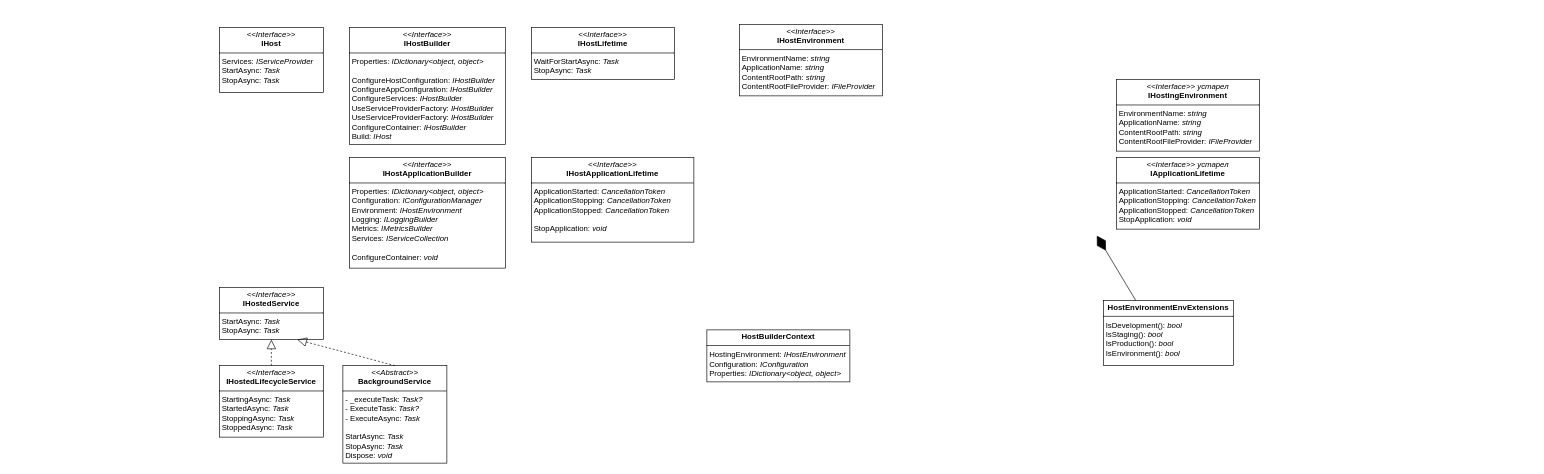
This is page "Hosting" (3 of 3) of .Net/Диаграмма без названия.drawio from KondyubaBA/Foundation, a draw.io file, before an edit. Source tidied: cells renumbered, new cells numbered last; positions are measured from the earlier drawing's top-left corner, leaving out a move shared by most shapes. Both pictures are drawn from the tidied source at 65%, with x=0, y=0 at pixel (219, 24).
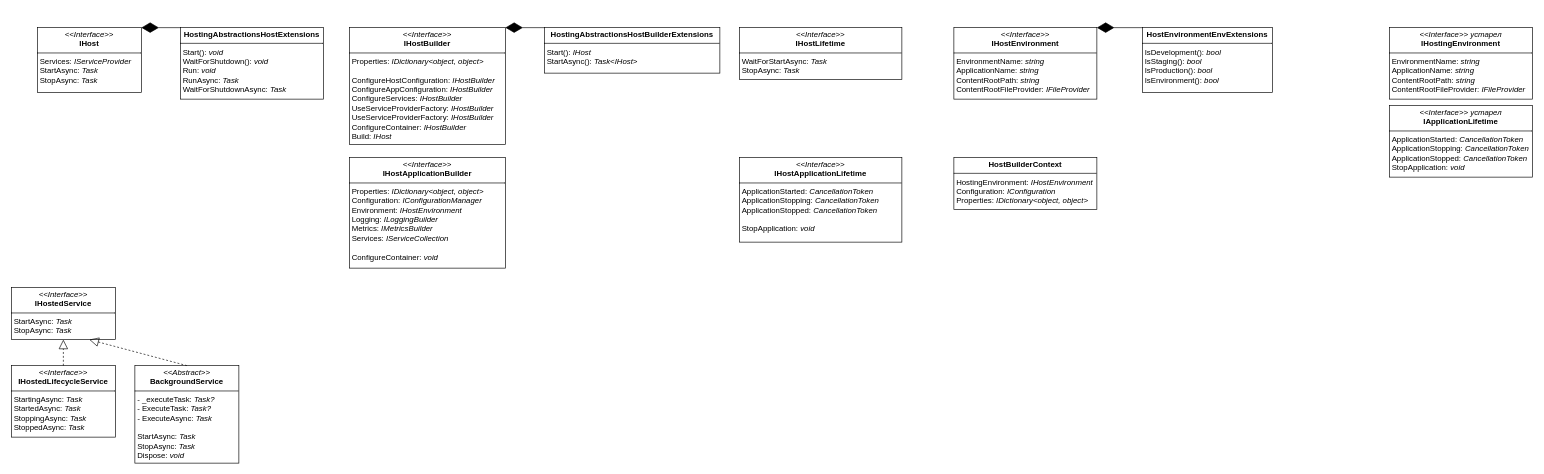
The same diagram, later.

The change refers to these unchanged cells:
```xml
<mxCell id="5" value="&lt;p style=&quot;margin:0px;margin-top:4px;text-align:center;&quot;&gt;&lt;i&gt;&amp;lt;&amp;lt;Interface&amp;gt;&amp;gt;&lt;/i&gt;&lt;br&gt;&lt;span style=&quot;background-color: initial; text-align: left;&quot;&gt;&lt;b&gt;IHostBuilder&lt;/b&gt;&lt;/span&gt;&lt;/p&gt;&lt;hr size=&quot;1&quot; style=&quot;border-style:solid;&quot;&gt;&lt;p style=&quot;margin:0px;margin-left:4px;&quot;&gt;Properties: &lt;i&gt;IDictionary&amp;lt;object, object&amp;gt;&lt;/i&gt;&lt;/p&gt;&lt;p style=&quot;margin:0px;margin-left:4px;&quot;&gt;&lt;i&gt;&lt;br&gt;&lt;/i&gt;ConfigureHostConfiguration:&amp;nbsp;&lt;span style=&quot;background-color: initial;&quot;&gt;&lt;i&gt;IHostBuilder&lt;/i&gt;&lt;/span&gt;&lt;/p&gt;&lt;p style=&quot;margin:0px;margin-left:4px;&quot;&gt;ConfigureAppConfiguration:&amp;nbsp;&lt;span style=&quot;background-color: initial;&quot;&gt;&lt;i&gt;IHostBuilder&lt;/i&gt;&lt;/span&gt;&lt;br&gt;&lt;/p&gt;&lt;p style=&quot;margin:0px;margin-left:4px;&quot;&gt;ConfigureServices:&amp;nbsp;&lt;span style=&quot;background-color: initial;&quot;&gt;&lt;i&gt;IHostBuilder&lt;/i&gt;&lt;/span&gt;&lt;span style=&quot;background-color: initial;&quot;&gt;&lt;i&gt;&lt;br&gt;&lt;/i&gt;&lt;/span&gt;&lt;/p&gt;&lt;p style=&quot;margin:0px;margin-left:4px;&quot;&gt;UseServiceProviderFactory:&amp;nbsp;&lt;span style=&quot;background-color: initial;&quot;&gt;&lt;i&gt;IHostBuilder&lt;/i&gt;&lt;/span&gt;&lt;span style=&quot;background-color: initial;&quot;&gt;&lt;i&gt;&lt;br&gt;&lt;/i&gt;&lt;/span&gt;&lt;/p&gt;&lt;p style=&quot;margin:0px;margin-left:4px;&quot;&gt;UseServiceProviderFactory:&amp;nbsp;&lt;span style=&quot;background-color: initial;&quot;&gt;&lt;i&gt;IHostBuilder&lt;/i&gt;&lt;/span&gt;&lt;span style=&quot;background-color: initial;&quot;&gt;&lt;i&gt;&lt;br&gt;&lt;/i&gt;&lt;/span&gt;&lt;/p&gt;&lt;p style=&quot;margin:0px;margin-left:4px;&quot;&gt;ConfigureContainer:&amp;nbsp;&lt;span style=&quot;background-color: initial;&quot;&gt;&lt;i&gt;IHostBuilder&lt;/i&gt;&lt;/span&gt;&lt;span style=&quot;background-color: initial;&quot;&gt;&lt;i&gt;&lt;br&gt;&lt;/i&gt;&lt;/span&gt;&lt;/p&gt;&lt;p style=&quot;margin:0px;margin-left:4px;&quot;&gt;&lt;span style=&quot;background-color: initial;&quot;&gt;Build:&amp;nbsp;&lt;/span&gt;&lt;span style=&quot;background-color: initial;&quot;&gt;&lt;i&gt;IHost&lt;/i&gt;&lt;/span&gt;&lt;span style=&quot;background-color: initial;&quot;&gt;&lt;i&gt;&lt;br&gt;&lt;/i&gt;&lt;/span&gt;&lt;/p&gt;" style="verticalAlign=top;align=left;overflow=fill;html=1;whiteSpace=wrap;" parent="1" vertex="1">
  <mxGeometry x="200" y="5" width="240" height="180" as="geometry" />
</mxCell>
```

Diff of the diagram source:
```diff
@@
     <mxCell id="2" value="&lt;p style=&quot;margin:0px;margin-top:4px;text-align:center;&quot;&gt;&lt;i&gt;&amp;lt;&amp;lt;Interface&amp;gt;&amp;gt;&lt;/i&gt;&lt;br&gt;&lt;b&gt;IHost&lt;/b&gt;&lt;/p&gt;&lt;hr size=&quot;1&quot; style=&quot;border-style:solid;&quot;&gt;&lt;p style=&quot;margin:0px;margin-left:4px;&quot;&gt;Services: &lt;i&gt;IServiceProvider&lt;/i&gt;&lt;br&gt;StartAsync: &lt;i&gt;Task&lt;/i&gt;&lt;/p&gt;&lt;p style=&quot;margin:0px;margin-left:4px;&quot;&gt;StopAsync:&amp;nbsp;&lt;i style=&quot;background-color: initial;&quot;&gt;Task&lt;/i&gt;&lt;br&gt;&lt;/p&gt;" style="verticalAlign=top;align=left;overflow=fill;html=1;whiteSpace=wrap;" parent="1" vertex="1">
-      <mxGeometry y="5" width="160" height="100" as="geometry" />
+      <mxGeometry x="-280" y="5" width="160" height="100" as="geometry" />
     </mxCell>
@@
     <mxCell id="4" value="&lt;p style=&quot;margin:0px;margin-top:4px;text-align:center;&quot;&gt;&lt;i&gt;&amp;lt;&amp;lt;Interface&amp;gt;&amp;gt;&lt;/i&gt;&lt;br&gt;&lt;span style=&quot;background-color: initial; text-align: left;&quot;&gt;&lt;b&gt;IHostApplicationLifetime&lt;/b&gt;&lt;/span&gt;&lt;/p&gt;&lt;hr size=&quot;1&quot; style=&quot;border-style:solid;&quot;&gt;&lt;p style=&quot;margin:0px;margin-left:4px;&quot;&gt;ApplicationStarted: &lt;i&gt;CancellationToken&lt;/i&gt;&lt;br&gt;ApplicationStopping:&amp;nbsp;&lt;i&gt;CancellationToken&lt;/i&gt;&lt;br&gt;&lt;/p&gt;&lt;p style=&quot;margin:0px;margin-left:4px;&quot;&gt;ApplicationStopped:&amp;nbsp;&lt;i&gt;CancellationToken&lt;/i&gt;&lt;br&gt;&lt;/p&gt;&lt;p style=&quot;margin:0px;margin-left:4px;&quot;&gt;&lt;i&gt;&lt;br&gt;&lt;/i&gt;&lt;/p&gt;&lt;p style=&quot;margin:0px;margin-left:4px;&quot;&gt;StopApplication: &lt;i&gt;void&lt;/i&gt;&lt;br&gt;&lt;/p&gt;" style="verticalAlign=top;align=left;overflow=fill;html=1;whiteSpace=wrap;" parent="1" vertex="1">
-      <mxGeometry x="480" y="205" width="250" height="130" as="geometry" />
+      <mxGeometry x="800" y="205" width="250" height="130" as="geometry" />
     </mxCell>
@@
     <mxCell id="6" value="&lt;p style=&quot;margin:0px;margin-top:4px;text-align:center;&quot;&gt;&lt;i&gt;&amp;lt;&amp;lt;Interface&amp;gt;&amp;gt;&lt;/i&gt;&lt;br&gt;&lt;span style=&quot;background-color: initial; text-align: left;&quot;&gt;&lt;b&gt;IHostLifetime&lt;/b&gt;&lt;/span&gt;&lt;/p&gt;&lt;hr size=&quot;1&quot; style=&quot;border-style:solid;&quot;&gt;&lt;p style=&quot;margin:0px;margin-left:4px;&quot;&gt;WaitForStartAsync: &lt;i&gt;Task&lt;/i&gt;&lt;br&gt;&lt;/p&gt;&lt;p style=&quot;margin:0px;margin-left:4px;&quot;&gt;StopAsync:&amp;nbsp;&lt;i style=&quot;background-color: initial;&quot;&gt;Task&lt;/i&gt;&lt;br&gt;&lt;/p&gt;" style="verticalAlign=top;align=left;overflow=fill;html=1;whiteSpace=wrap;" parent="1" vertex="1">
-      <mxGeometry x="480" y="5" width="220" height="80" as="geometry" />
+      <mxGeometry x="800" y="5" width="250" height="80" as="geometry" />
     </mxCell>
     <mxCell id="7" value="&lt;p style=&quot;margin:0px;margin-top:4px;text-align:center;&quot;&gt;&lt;i&gt;&amp;lt;&amp;lt;Interface&amp;gt;&amp;gt;&lt;/i&gt;&lt;br&gt;&lt;span style=&quot;background-color: initial; text-align: left;&quot;&gt;&lt;b&gt;IHostedService&lt;/b&gt;&lt;/span&gt;&lt;/p&gt;&lt;hr size=&quot;1&quot; style=&quot;border-style:solid;&quot;&gt;&lt;p style=&quot;margin:0px;margin-left:4px;&quot;&gt;StartAsync: &lt;i&gt;Task&lt;/i&gt;&lt;/p&gt;&lt;p style=&quot;margin:0px;margin-left:4px;&quot;&gt;StopAsync:&amp;nbsp;&lt;i style=&quot;background-color: initial;&quot;&gt;Task&lt;/i&gt;&lt;br&gt;&lt;/p&gt;" style="verticalAlign=top;align=left;overflow=fill;html=1;whiteSpace=wrap;" parent="1" vertex="1">
-      <mxGeometry y="405" width="160" height="80" as="geometry" />
+      <mxGeometry x="-320" y="405" width="160" height="80" as="geometry" />
     </mxCell>
     <mxCell id="8" value="&lt;p style=&quot;margin:0px;margin-top:4px;text-align:center;&quot;&gt;&lt;i&gt;&amp;lt;&amp;lt;Interface&amp;gt;&amp;gt;&lt;/i&gt;&lt;br&gt;&lt;span style=&quot;background-color: initial; text-align: left;&quot;&gt;&lt;b&gt;IHostedLifecycleService&lt;/b&gt;&lt;/span&gt;&lt;/p&gt;&lt;hr size=&quot;1&quot; style=&quot;border-style:solid;&quot;&gt;&lt;p style=&quot;margin:0px;margin-left:4px;&quot;&gt;StartingAsync: &lt;i&gt;Task&lt;/i&gt;&lt;/p&gt;&lt;p style=&quot;margin:0px;margin-left:4px;&quot;&gt;StartedAsync:&amp;nbsp;&lt;i style=&quot;background-color: initial;&quot;&gt;Task&lt;/i&gt;&lt;br&gt;&lt;/p&gt;&lt;p style=&quot;margin: 0px 0px 0px 4px;&quot;&gt;StoppingAsync:&amp;nbsp;&lt;i&gt;Task&lt;/i&gt;&lt;/p&gt;&lt;p style=&quot;margin: 0px 0px 0px 4px;&quot;&gt;StoppedAsync:&amp;nbsp;&lt;i style=&quot;background-color: initial;&quot;&gt;Task&lt;/i&gt;&lt;/p&gt;" style="verticalAlign=top;align=left;overflow=fill;html=1;whiteSpace=wrap;" parent="1" vertex="1">
-      <mxGeometry y="525" width="160" height="110" as="geometry" />
+      <mxGeometry x="-320" y="525" width="160" height="110" as="geometry" />
     </mxCell>
@@
     <mxCell id="10" value="&lt;p style=&quot;margin:0px;margin-top:4px;text-align:center;&quot;&gt;&lt;i&gt;&amp;lt;&amp;lt;Interface&amp;gt;&amp;gt; устарел&lt;/i&gt;&lt;br&gt;&lt;span style=&quot;background-color: initial; text-align: left;&quot;&gt;&lt;b&gt;IHostingEnvironment&lt;/b&gt;&lt;/span&gt;&lt;/p&gt;&lt;hr size=&quot;1&quot; style=&quot;border-style:solid;&quot;&gt;&lt;p style=&quot;margin:0px;margin-left:4px;&quot;&gt;EnvironmentName:&amp;nbsp;&lt;span style=&quot;background-color: initial;&quot;&gt;&lt;i&gt;string&lt;/i&gt;&lt;/span&gt;&lt;/p&gt;&lt;p style=&quot;margin:0px;margin-left:4px;&quot;&gt;ApplicationName:&amp;nbsp;&lt;span style=&quot;background-color: initial;&quot;&gt;&lt;i&gt;string&lt;/i&gt;&lt;/span&gt;&lt;br&gt;&lt;/p&gt;&lt;p style=&quot;margin:0px;margin-left:4px;&quot;&gt;&lt;span style=&quot;background-color: initial;&quot;&gt;ContentRootPath:&amp;nbsp;&lt;/span&gt;&lt;span style=&quot;background-color: initial;&quot;&gt;&lt;i&gt;string&lt;/i&gt;&lt;/span&gt;&lt;span style=&quot;background-color: initial;&quot;&gt;&lt;br&gt;&lt;/span&gt;&lt;/p&gt;&lt;p style=&quot;margin:0px;margin-left:4px;&quot;&gt;&lt;span style=&quot;background-color: initial;&quot;&gt;ContentRootFileProvider:&lt;i&gt;&amp;nbsp;&lt;/i&gt;&lt;/span&gt;&lt;span style=&quot;background-color: initial;&quot;&gt;&lt;i&gt;IFileProvider&lt;/i&gt;&lt;/span&gt;&lt;span style=&quot;background-color: initial;&quot;&gt;&lt;i&gt;&lt;br&gt;&lt;/i&gt;&lt;/span&gt;&lt;/p&gt;" style="verticalAlign=top;align=left;overflow=fill;html=1;whiteSpace=wrap;" parent="1" vertex="1">
-      <mxGeometry x="1380" y="85" width="220" height="110" as="geometry" />
+      <mxGeometry x="1800" y="5" width="220" height="110" as="geometry" />
     </mxCell>
     <mxCell id="11" value="&lt;p style=&quot;margin:0px;margin-top:4px;text-align:center;&quot;&gt;&lt;i&gt;&amp;lt;&amp;lt;Abstract&amp;gt;&amp;gt;&lt;/i&gt;&lt;br&gt;&lt;span style=&quot;background-color: initial; text-align: left;&quot;&gt;&lt;b&gt;BackgroundService&lt;/b&gt;&lt;/span&gt;&lt;/p&gt;&lt;hr size=&quot;1&quot; style=&quot;border-style:solid;&quot;&gt;&lt;p style=&quot;margin:0px;margin-left:4px;&quot;&gt;- _executeTask:&amp;nbsp;&lt;span style=&quot;background-color: initial;&quot;&gt;&lt;i&gt;Task?&lt;/i&gt;&lt;/span&gt;&lt;/p&gt;&lt;p style=&quot;margin:0px;margin-left:4px;&quot;&gt;- ExecuteTask:&amp;nbsp;&lt;span style=&quot;background-color: initial;&quot;&gt;&lt;i&gt;Task?&lt;/i&gt;&lt;/span&gt;&lt;br&gt;&lt;/p&gt;&lt;p style=&quot;margin:0px;margin-left:4px;&quot;&gt;&lt;span style=&quot;background-color: initial;&quot;&gt;&lt;i&gt;-&amp;nbsp;&lt;/i&gt;&lt;/span&gt;&lt;span style=&quot;background-color: initial;&quot;&gt;ExecuteAsync:&lt;i&gt;&amp;nbsp;&lt;/i&gt;&lt;/span&gt;&lt;span style=&quot;background-color: initial;&quot;&gt;&lt;i&gt;Task&lt;/i&gt;&lt;/span&gt;&lt;/p&gt;&lt;p style=&quot;margin:0px;margin-left:4px;&quot;&gt;&lt;span style=&quot;background-color: initial;&quot;&gt;&lt;i&gt;&lt;br&gt;&lt;/i&gt;&lt;/span&gt;&lt;/p&gt;&lt;p style=&quot;margin:0px;margin-left:4px;&quot;&gt;&lt;span style=&quot;background-color: initial;&quot;&gt;StartAsync:&lt;i&gt;&amp;nbsp;&lt;/i&gt;&lt;/span&gt;&lt;span style=&quot;background-color: initial;&quot;&gt;&lt;i&gt;Task&lt;/i&gt;&lt;/span&gt;&lt;span style=&quot;background-color: initial;&quot;&gt;&lt;i&gt;&lt;br&gt;&lt;/i&gt;&lt;/span&gt;&lt;/p&gt;&lt;p style=&quot;margin:0px;margin-left:4px;&quot;&gt;&lt;span style=&quot;background-color: initial;&quot;&gt;StopAsync:&lt;i&gt; Task&lt;br&gt;&lt;/i&gt;&lt;/span&gt;&lt;/p&gt;&lt;p style=&quot;margin:0px;margin-left:4px;&quot;&gt;&lt;span style=&quot;background-color: initial;&quot;&gt;Dispose:&lt;i&gt; void&lt;br&gt;&lt;/i&gt;&lt;/span&gt;&lt;/p&gt;" style="verticalAlign=top;align=left;overflow=fill;html=1;whiteSpace=wrap;" parent="1" vertex="1">
-      <mxGeometry x="190" y="525" width="160" height="150" as="geometry" />
+      <mxGeometry x="-130" y="525" width="160" height="150" as="geometry" />
     </mxCell>
@@
     <mxCell id="13" value="&lt;p style=&quot;margin:0px;margin-top:4px;text-align:center;&quot;&gt;&lt;span style=&quot;background-color: initial; text-align: left;&quot;&gt;&lt;b&gt;HostBuilderContext&lt;/b&gt;&lt;/span&gt;&lt;/p&gt;&lt;hr size=&quot;1&quot; style=&quot;border-style:solid;&quot;&gt;&lt;p style=&quot;margin:0px;margin-left:4px;&quot;&gt;HostingEnvironment:&amp;nbsp;&lt;span style=&quot;background-color: initial;&quot;&gt;&lt;i&gt;IHostEnvironment&lt;/i&gt;&lt;/span&gt;&lt;/p&gt;&lt;p style=&quot;margin:0px;margin-left:4px;&quot;&gt;Configuration:&amp;nbsp;&lt;span style=&quot;background-color: initial;&quot;&gt;&lt;i&gt;IConfiguration&lt;/i&gt;&lt;/span&gt;&lt;br&gt;&lt;/p&gt;&lt;p style=&quot;margin:0px;margin-left:4px;&quot;&gt;&lt;span style=&quot;background-color: initial;&quot;&gt;Properties&lt;/span&gt;&lt;span style=&quot;background-color: initial;&quot;&gt;:&amp;nbsp;&lt;/span&gt;&lt;span style=&quot;background-color: initial;&quot;&gt;&lt;i&gt;IDictionary&amp;lt;object, object&amp;gt;&lt;/i&gt;&lt;/span&gt;&lt;/p&gt;" style="verticalAlign=top;align=left;overflow=fill;html=1;whiteSpace=wrap;" parent="1" vertex="1">
-      <mxGeometry x="750" y="470" width="220" height="80" as="geometry" />
+      <mxGeometry x="1130" y="205" width="220" height="80" as="geometry" />
     </mxCell>
     <mxCell id="14" value="&lt;p style=&quot;margin: 4px 0px 0px; text-align: center;&quot;&gt;&lt;span style=&quot;background-color: initial; text-align: left;&quot;&gt;&lt;b&gt;HostEnvironmentEnvExtensions&lt;/b&gt;&lt;/span&gt;&lt;/p&gt;&lt;hr size=&quot;1&quot; style=&quot;border-style:solid;&quot;&gt;&lt;p style=&quot;margin:0px;margin-left:4px;&quot;&gt;IsDevelopment():&amp;nbsp;&lt;span style=&quot;background-color: initial;&quot;&gt;&lt;i&gt;bool&lt;/i&gt;&lt;/span&gt;&lt;/p&gt;&lt;p style=&quot;margin:0px;margin-left:4px;&quot;&gt;IsStaging():&amp;nbsp;&lt;i style=&quot;background-color: initial;&quot;&gt;bool&lt;/i&gt;&lt;br&gt;&lt;/p&gt;&lt;p style=&quot;margin:0px;margin-left:4px;&quot;&gt;&lt;span style=&quot;background-color: initial;&quot;&gt;IsProduction()&lt;/span&gt;&lt;span style=&quot;background-color: initial;&quot;&gt;:&amp;nbsp;&lt;/span&gt;&lt;span style=&quot;background-color: initial;&quot;&gt;&lt;i&gt;bool&lt;/i&gt;&lt;/span&gt;&lt;/p&gt;&lt;p style=&quot;margin:0px;margin-left:4px;&quot;&gt;&lt;span style=&quot;background-color: initial;&quot;&gt;IsEnvironment():&lt;i&gt; bool&lt;/i&gt;&lt;/span&gt;&lt;span style=&quot;background-color: initial;&quot;&gt;&lt;i&gt;&amp;nbsp;&lt;br&gt;&lt;/i&gt;&lt;/span&gt;&lt;/p&gt;" style="verticalAlign=top;align=left;overflow=fill;html=1;whiteSpace=wrap;" parent="1" vertex="1">
-      <mxGeometry x="1360" y="425" width="200" height="100" as="geometry" />
+      <mxGeometry x="1420" y="5" width="200" height="100" as="geometry" />
     </mxCell>
-    <mxCell id="15" style="endArrow=diamondThin;endFill=1;endSize=24;html=1;rounded=0;exitX=0.25;exitY=0;exitDx=0;exitDy=0;" parent="1" edge="1" source="14">
-      <mxGeometry relative="1" as="geometry">
-        <mxPoint x="1350" y="325" as="targetPoint" />
-      </mxGeometry>
+    <mxCell id="15" style="endArrow=diamondThin;endFill=1;endSize=24;html=1;rounded=0;exitX=0;exitY=0;exitDx=0;exitDy=0;entryX=1;entryY=0;entryDx=0;entryDy=0;" parent="1" edge="1" source="14" target="16">
+      <mxGeometry relative="1" as="geometry" />
     </mxCell>
     <mxCell id="16" value="&lt;p style=&quot;margin:0px;margin-top:4px;text-align:center;&quot;&gt;&lt;i&gt;&amp;lt;&amp;lt;Interface&amp;gt;&amp;gt;&lt;/i&gt;&lt;br&gt;&lt;span style=&quot;background-color: initial; text-align: left;&quot;&gt;&lt;b&gt;IHostEnvironment&lt;/b&gt;&lt;/span&gt;&lt;/p&gt;&lt;hr size=&quot;1&quot; style=&quot;border-style:solid;&quot;&gt;&lt;p style=&quot;margin:0px;margin-left:4px;&quot;&gt;EnvironmentName:&amp;nbsp;&lt;span style=&quot;background-color: initial;&quot;&gt;&lt;i&gt;string&lt;/i&gt;&lt;/span&gt;&lt;/p&gt;&lt;p style=&quot;margin:0px;margin-left:4px;&quot;&gt;ApplicationName:&amp;nbsp;&lt;span style=&quot;background-color: initial;&quot;&gt;&lt;i&gt;string&lt;/i&gt;&lt;/span&gt;&lt;br&gt;&lt;/p&gt;&lt;p style=&quot;margin:0px;margin-left:4px;&quot;&gt;&lt;span style=&quot;background-color: initial;&quot;&gt;ContentRootPath:&amp;nbsp;&lt;/span&gt;&lt;span style=&quot;background-color: initial;&quot;&gt;&lt;i&gt;string&lt;/i&gt;&lt;/span&gt;&lt;span style=&quot;background-color: initial;&quot;&gt;&lt;br&gt;&lt;/span&gt;&lt;/p&gt;&lt;p style=&quot;margin:0px;margin-left:4px;&quot;&gt;&lt;span style=&quot;background-color: initial;&quot;&gt;ContentRootFileProvider:&lt;i&gt;&amp;nbsp;&lt;/i&gt;&lt;/span&gt;&lt;span style=&quot;background-color: initial;&quot;&gt;&lt;i&gt;IFileProvider&lt;/i&gt;&lt;/span&gt;&lt;span style=&quot;background-color: initial;&quot;&gt;&lt;i&gt;&lt;br&gt;&lt;/i&gt;&lt;/span&gt;&lt;/p&gt;" style="verticalAlign=top;align=left;overflow=fill;html=1;whiteSpace=wrap;" parent="1" vertex="1">
-      <mxGeometry x="800" width="220" height="110" as="geometry" />
+      <mxGeometry x="1130" y="5" width="220" height="110" as="geometry" />
     </mxCell>
     <mxCell id="17" value="&lt;p style=&quot;margin:0px;margin-top:4px;text-align:center;&quot;&gt;&lt;i&gt;&amp;lt;&amp;lt;Interface&amp;gt;&amp;gt; устарел&lt;/i&gt;&lt;br&gt;&lt;span style=&quot;background-color: initial; text-align: left;&quot;&gt;&lt;b&gt;IApplicationLifetime&lt;/b&gt;&lt;/span&gt;&lt;/p&gt;&lt;hr size=&quot;1&quot; style=&quot;border-style:solid;&quot;&gt;&lt;p style=&quot;margin:0px;margin-left:4px;&quot;&gt;ApplicationStarted:&amp;nbsp;&lt;span style=&quot;background-color: initial;&quot;&gt;&lt;i&gt;CancellationToken&lt;/i&gt;&lt;/span&gt;&lt;/p&gt;&lt;p style=&quot;margin:0px;margin-left:4px;&quot;&gt;ApplicationStopping:&amp;nbsp;&lt;span style=&quot;background-color: initial;&quot;&gt;&lt;i&gt;CancellationToken&lt;/i&gt;&lt;/span&gt;&lt;br&gt;&lt;/p&gt;&lt;p style=&quot;margin:0px;margin-left:4px;&quot;&gt;&lt;span style=&quot;background-color: initial;&quot;&gt;ApplicationStopped&lt;/span&gt;&lt;span style=&quot;background-color: initial;&quot;&gt;:&amp;nbsp;&lt;/span&gt;&lt;span style=&quot;background-color: initial;&quot;&gt;&lt;i&gt;CancellationToken&lt;/i&gt;&lt;/span&gt;&lt;span style=&quot;background-color: initial;&quot;&gt;&lt;br&gt;&lt;/span&gt;&lt;/p&gt;&lt;p style=&quot;margin:0px;margin-left:4px;&quot;&gt;&lt;span style=&quot;background-color: initial;&quot;&gt;StopApplication&lt;/span&gt;&lt;span style=&quot;background-color: initial;&quot;&gt;:&lt;i&gt;&amp;nbsp;void&lt;/i&gt;&lt;/span&gt;&lt;span style=&quot;background-color: initial;&quot;&gt;&lt;i&gt;&lt;br&gt;&lt;/i&gt;&lt;/span&gt;&lt;/p&gt;" style="verticalAlign=top;align=left;overflow=fill;html=1;whiteSpace=wrap;" parent="1" vertex="1">
-      <mxGeometry x="1380" y="205" width="220" height="110" as="geometry" />
+      <mxGeometry x="1800" y="125" width="220" height="110" as="geometry" />
     </mxCell>
+    <mxCell id="18" value="&lt;p style=&quot;text-align: center; margin: 4px 0px 0px;&quot;&gt;&lt;b&gt;HostingAbstractionsHostBuilderExtensions&lt;/b&gt;&lt;br&gt;&lt;/p&gt;&lt;hr size=&quot;1&quot; style=&quot;border-style:solid;&quot;&gt;&lt;p style=&quot;margin:0px;margin-left:4px;&quot;&gt;Start():&amp;nbsp;&lt;span style=&quot;background-color: initial;&quot;&gt;&lt;i&gt;IHost&lt;/i&gt;&lt;/span&gt;&lt;/p&gt;&lt;p style=&quot;margin:0px;margin-left:4px;&quot;&gt;StartAsync():&amp;nbsp;&lt;span style=&quot;background-color: initial;&quot;&gt;&lt;i&gt;Task&amp;lt;IHost&amp;gt;&lt;/i&gt;&lt;/span&gt;&lt;/p&gt;" style="verticalAlign=top;align=left;overflow=fill;html=1;whiteSpace=wrap;" parent="1" vertex="1">
+      <mxGeometry x="500" y="5" width="270" height="70" as="geometry" />
+    </mxCell>
+    <mxCell id="19" style="endArrow=diamondThin;endFill=1;endSize=24;html=1;rounded=0;exitX=0;exitY=0;exitDx=0;exitDy=0;entryX=1;entryY=0;entryDx=0;entryDy=0;" parent="1" edge="1" source="18" target="5">
+      <mxGeometry relative="1" as="geometry" />
+    </mxCell>
+    <mxCell id="20" value="&lt;p style=&quot;text-align: center; margin: 4px 0px 0px;&quot;&gt;&lt;b&gt;HostingAbstractionsHostExtensions&lt;/b&gt;&lt;br&gt;&lt;/p&gt;&lt;hr size=&quot;1&quot; style=&quot;border-style:solid;&quot;&gt;&lt;p style=&quot;margin:0px;margin-left:4px;&quot;&gt;Start():&amp;nbsp;&lt;span style=&quot;background-color: initial;&quot;&gt;&lt;i&gt;void&lt;/i&gt;&lt;/span&gt;&lt;/p&gt;&lt;p style=&quot;margin:0px;margin-left:4px;&quot;&gt;WaitForShutdown():&amp;nbsp;&lt;span style=&quot;background-color: initial;&quot;&gt;&lt;i&gt;void&lt;/i&gt;&lt;/span&gt;&lt;/p&gt;&lt;p style=&quot;margin:0px;margin-left:4px;&quot;&gt;&lt;span style=&quot;background-color: initial;&quot;&gt;Run:&amp;nbsp;&lt;/span&gt;&lt;span style=&quot;background-color: initial;&quot;&gt;&lt;i&gt;void&lt;/i&gt;&lt;/span&gt;&lt;span style=&quot;background-color: initial;&quot;&gt;&lt;br&gt;&lt;/span&gt;&lt;/p&gt;&lt;p style=&quot;margin:0px;margin-left:4px;&quot;&gt;&lt;span style=&quot;background-color: initial;&quot;&gt;RunAsync:&lt;i&gt;&amp;nbsp;&lt;/i&gt;&lt;/span&gt;&lt;span style=&quot;background-color: initial;&quot;&gt;&lt;i&gt;Task&lt;/i&gt;&lt;/span&gt;&lt;span style=&quot;background-color: initial;&quot;&gt;&lt;i&gt;&lt;br&gt;&lt;/i&gt;&lt;/span&gt;&lt;/p&gt;&lt;p style=&quot;margin:0px;margin-left:4px;&quot;&gt;&lt;span style=&quot;background-color: initial;&quot;&gt;WaitForShutdownAsync:&amp;nbsp;&lt;/span&gt;&lt;span style=&quot;background-color: initial;&quot;&gt;&lt;i&gt;Task&lt;/i&gt;&lt;/span&gt;&lt;span style=&quot;background-color: initial;&quot;&gt;&lt;br&gt;&lt;/span&gt;&lt;/p&gt;" style="verticalAlign=top;align=left;overflow=fill;html=1;whiteSpace=wrap;" parent="1" vertex="1">
+      <mxGeometry x="-60" y="5" width="220" height="110" as="geometry" />
+    </mxCell>
+    <mxCell id="21" style="endArrow=diamondThin;endFill=1;endSize=24;html=1;rounded=0;exitX=0;exitY=0;exitDx=0;exitDy=0;entryX=1;entryY=0;entryDx=0;entryDy=0;" parent="1" edge="1" source="20" target="2">
+      <mxGeometry relative="1" as="geometry" />
+    </mxCell>
```
